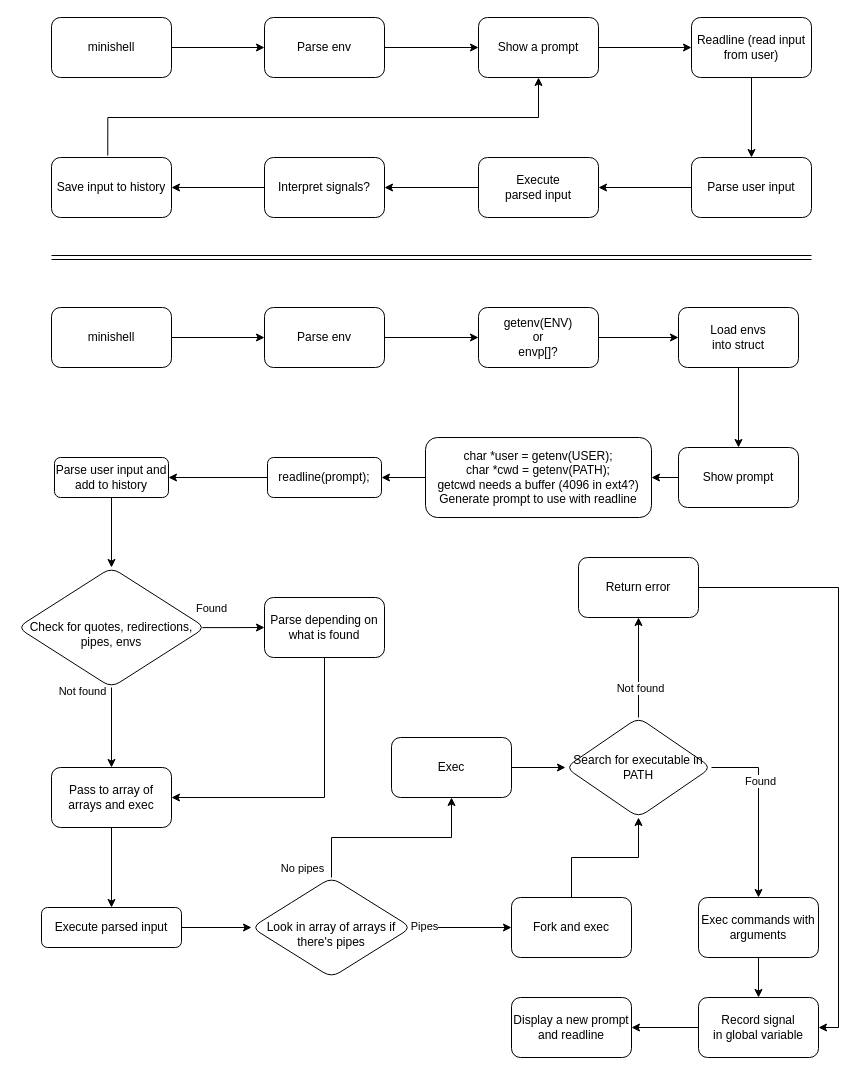
variasdesign/minishell keeps this draw.io diagram as docs/minishell.drawio. Above is the earlier version. Source tidied: cells renumbered, new cells numbered last; positions are measured from the earlier drawing's top-left corner, leaving out a move shared by most shapes. Both pictures are drawn from the tidied source at 100%, with x=0, y=0 at pixel (17, 17).
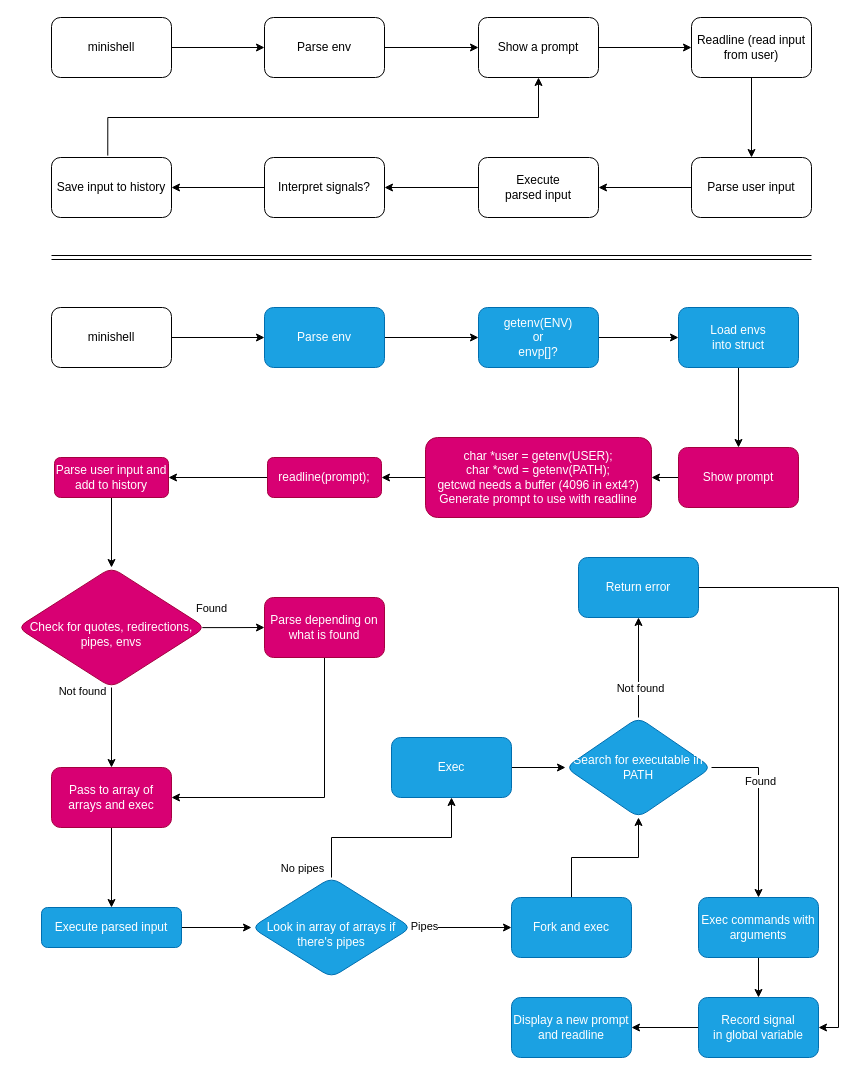
The same diagram, later.

Commit message:
color diagram to designate roles

Change to the diagram source:
```diff
@@
-    <mxCell id="19" value="&lt;div&gt;Parse env&lt;/div&gt;" style="rounded=1;whiteSpace=wrap;html=1;" parent="1" vertex="1">
+    <mxCell id="19" value="&lt;div&gt;Parse env&lt;/div&gt;" style="rounded=1;whiteSpace=wrap;html=1;fillColor=#1ba1e2;fontColor=#ffffff;strokeColor=#006EAF;" parent="1" vertex="1">
       <mxGeometry x="247" y="290" width="120" height="60" as="geometry" />
     </mxCell>
@@
-    <mxCell id="24" value="&lt;div&gt;getenv(ENV)&lt;/div&gt;&lt;div&gt;or&lt;/div&gt;&lt;div&gt;envp[]?&lt;/div&gt;" style="rounded=1;whiteSpace=wrap;html=1;" parent="1" vertex="1">
+    <mxCell id="24" value="&lt;div&gt;getenv(ENV)&lt;/div&gt;&lt;div&gt;or&lt;/div&gt;&lt;div&gt;envp[]?&lt;/div&gt;" style="rounded=1;whiteSpace=wrap;html=1;fillColor=#1ba1e2;fontColor=#ffffff;strokeColor=#006EAF;" parent="1" vertex="1">
       <mxGeometry x="461" y="290" width="120" height="60" as="geometry" />
     </mxCell>
@@
-    <mxCell id="26" value="&lt;div&gt;Load envs&lt;/div&gt;&lt;div&gt;into struct&lt;/div&gt;" style="rounded=1;whiteSpace=wrap;html=1;" parent="1" vertex="1">
+    <mxCell id="26" value="&lt;div&gt;Load envs&lt;/div&gt;&lt;div&gt;into struct&lt;/div&gt;" style="rounded=1;whiteSpace=wrap;html=1;fillColor=#1ba1e2;fontColor=#ffffff;strokeColor=#006EAF;" parent="1" vertex="1">
       <mxGeometry x="661" y="290" width="120" height="60" as="geometry" />
     </mxCell>
@@
-    <mxCell id="28" value="Show prompt" style="rounded=1;whiteSpace=wrap;html=1;" parent="1" vertex="1">
+    <mxCell id="28" value="Show prompt" style="rounded=1;whiteSpace=wrap;html=1;fillColor=#d80073;fontColor=#ffffff;strokeColor=#A50040;" parent="1" vertex="1">
       <mxGeometry x="661" y="430" width="120" height="60" as="geometry" />
     </mxCell>
@@
-    <mxCell id="30" value="&lt;div&gt;char *user = getenv(USER);&lt;/div&gt;&lt;div&gt;char *cwd = getenv(PATH);&lt;/div&gt;&lt;div&gt;getcwd needs a buffer (4096 in ext4?)&lt;/div&gt;&lt;div&gt;Generate prompt to use with readline&lt;/div&gt;" style="rounded=1;whiteSpace=wrap;html=1;" parent="1" vertex="1">
+    <mxCell id="30" value="&lt;div&gt;char *user = getenv(USER);&lt;/div&gt;&lt;div&gt;char *cwd = getenv(PATH);&lt;/div&gt;&lt;div&gt;getcwd needs a buffer (4096 in ext4?)&lt;/div&gt;&lt;div&gt;Generate prompt to use with readline&lt;/div&gt;" style="rounded=1;whiteSpace=wrap;html=1;fillColor=#d80073;fontColor=#ffffff;strokeColor=#A50040;" parent="1" vertex="1">
       <mxGeometry x="408" y="420" width="226" height="80" as="geometry" />
     </mxCell>
@@
-    <mxCell id="32" value="readline(prompt);" style="rounded=1;whiteSpace=wrap;html=1;" parent="1" vertex="1">
+    <mxCell id="32" value="readline(prompt);" style="rounded=1;whiteSpace=wrap;html=1;fillColor=#d80073;fontColor=#ffffff;strokeColor=#A50040;" parent="1" vertex="1">
       <mxGeometry x="250" y="440" width="114" height="40" as="geometry" />
     </mxCell>
@@
-    <mxCell id="34" value="&lt;div&gt;Parse user input and add to history&lt;/div&gt;" style="rounded=1;whiteSpace=wrap;html=1;" parent="1" vertex="1">
+    <mxCell id="34" value="&lt;div&gt;Parse user input and add to history&lt;/div&gt;" style="rounded=1;whiteSpace=wrap;html=1;fillColor=#d80073;fontColor=#ffffff;strokeColor=#A50040;" parent="1" vertex="1">
       <mxGeometry x="37" y="440" width="114" height="40" as="geometry" />
     </mxCell>
@@
-    <mxCell id="39" value="&lt;div&gt;&lt;br&gt;&lt;/div&gt;&lt;div&gt;Check for quotes, redirections, pipes, envs&lt;/div&gt;" style="rhombus;whiteSpace=wrap;html=1;rounded=1;" parent="1" vertex="1">
+    <mxCell id="39" value="&lt;div&gt;&lt;br&gt;&lt;/div&gt;&lt;div&gt;Check for quotes, redirections, pipes, envs&lt;/div&gt;" style="rhombus;whiteSpace=wrap;html=1;rounded=1;fillColor=#d80073;fontColor=#ffffff;strokeColor=#A50040;" parent="1" vertex="1">
       <mxGeometry y="550" width="188" height="120" as="geometry" />
     </mxCell>
@@
-    <mxCell id="41" value="Parse depending on what is found" style="whiteSpace=wrap;html=1;rounded=1;" parent="1" vertex="1">
+    <mxCell id="41" value="Parse depending on what is found" style="whiteSpace=wrap;html=1;rounded=1;fillColor=#d80073;fontColor=#ffffff;strokeColor=#A50040;" parent="1" vertex="1">
       <mxGeometry x="247" y="580" width="120" height="60" as="geometry" />
     </mxCell>
@@
-    <mxCell id="43" value="Pass to array of arrays and exec" style="whiteSpace=wrap;html=1;rounded=1;" parent="1" vertex="1">
+    <mxCell id="43" value="Pass to array of arrays and exec" style="whiteSpace=wrap;html=1;rounded=1;fillColor=#d80073;fontColor=#ffffff;strokeColor=#A50040;" parent="1" vertex="1">
       <mxGeometry x="34" y="750" width="120" height="60" as="geometry" />
     </mxCell>
@@
-    <mxCell id="45" value="Execute parsed input" style="whiteSpace=wrap;html=1;rounded=1;" parent="1" vertex="1">
+    <mxCell id="45" value="Execute parsed input" style="whiteSpace=wrap;html=1;rounded=1;fillColor=#1ba1e2;fontColor=#ffffff;strokeColor=#006EAF;" parent="1" vertex="1">
       <mxGeometry x="24" y="890" width="140" height="40" as="geometry" />
     </mxCell>
@@
-    <mxCell id="50" value="&lt;div&gt;&lt;br&gt;&lt;/div&gt;&lt;div&gt;Look in array of arrays if there's pipes&lt;/div&gt;" style="rhombus;whiteSpace=wrap;html=1;rounded=1;" parent="1" vertex="1">
+    <mxCell id="50" value="&lt;div&gt;&lt;br&gt;&lt;/div&gt;&lt;div&gt;Look in array of arrays if there's pipes&lt;/div&gt;" style="rhombus;whiteSpace=wrap;html=1;rounded=1;fillColor=#1ba1e2;fontColor=#ffffff;strokeColor=#006EAF;" parent="1" vertex="1">
       <mxGeometry x="234" y="860" width="160" height="100" as="geometry" />
     </mxCell>
@@
-    <mxCell id="52" value="Exec" style="whiteSpace=wrap;html=1;rounded=1;" parent="1" vertex="1">
+    <mxCell id="52" value="Exec" style="whiteSpace=wrap;html=1;rounded=1;fillColor=#1ba1e2;fontColor=#ffffff;strokeColor=#006EAF;" parent="1" vertex="1">
       <mxGeometry x="374" y="720" width="120" height="60" as="geometry" />
     </mxCell>
@@
-    <mxCell id="54" value="Fork and exec" style="whiteSpace=wrap;html=1;rounded=1;" parent="1" vertex="1">
+    <mxCell id="54" value="Fork and exec" style="whiteSpace=wrap;html=1;rounded=1;fillColor=#1ba1e2;fontColor=#ffffff;strokeColor=#006EAF;" parent="1" vertex="1">
       <mxGeometry x="494" y="880" width="120" height="60" as="geometry" />
     </mxCell>
@@
-    <mxCell id="59" value="Search for executable in PATH" style="rhombus;whiteSpace=wrap;html=1;rounded=1;" parent="1" vertex="1">
+    <mxCell id="59" value="Search for executable in PATH" style="rhombus;whiteSpace=wrap;html=1;rounded=1;fillColor=#1ba1e2;fontColor=#ffffff;strokeColor=#006EAF;" parent="1" vertex="1">
       <mxGeometry x="548" y="700" width="146" height="100" as="geometry" />
     </mxCell>
@@
-    <mxCell id="61" value="Return error" style="whiteSpace=wrap;html=1;rounded=1;" parent="1" vertex="1">
+    <mxCell id="61" value="Return error" style="whiteSpace=wrap;html=1;rounded=1;fillColor=#1ba1e2;fontColor=#ffffff;strokeColor=#006EAF;" parent="1" vertex="1">
       <mxGeometry x="561" y="540" width="120" height="60" as="geometry" />
     </mxCell>
@@
-    <mxCell id="63" value="Exec commands with arguments" style="whiteSpace=wrap;html=1;rounded=1;" parent="1" vertex="1">
+    <mxCell id="63" value="Exec commands with arguments" style="whiteSpace=wrap;html=1;rounded=1;fillColor=#1ba1e2;fontColor=#ffffff;strokeColor=#006EAF;" parent="1" vertex="1">
       <mxGeometry x="681" y="880" width="120" height="60" as="geometry" />
     </mxCell>
@@
-    <mxCell id="65" value="&lt;div&gt;Record signal&lt;/div&gt;&lt;div&gt;in global variable&lt;/div&gt;" style="whiteSpace=wrap;html=1;rounded=1;" parent="1" vertex="1">
+    <mxCell id="65" value="&lt;div&gt;Record signal&lt;/div&gt;&lt;div&gt;in global variable&lt;/div&gt;" style="whiteSpace=wrap;html=1;rounded=1;fillColor=#1ba1e2;fontColor=#ffffff;strokeColor=#006EAF;" parent="1" vertex="1">
       <mxGeometry x="681" y="980" width="120" height="60" as="geometry" />
     </mxCell>
-    <mxCell id="66" value="Display a new prompt and readline" style="whiteSpace=wrap;html=1;rounded=1;" parent="1" vertex="1">
+    <mxCell id="66" value="Display a new prompt and readline" style="whiteSpace=wrap;html=1;rounded=1;fillColor=#1ba1e2;fontColor=#ffffff;strokeColor=#006EAF;" parent="1" vertex="1">
       <mxGeometry x="494" y="980" width="120" height="60" as="geometry" />
     </mxCell>
```
